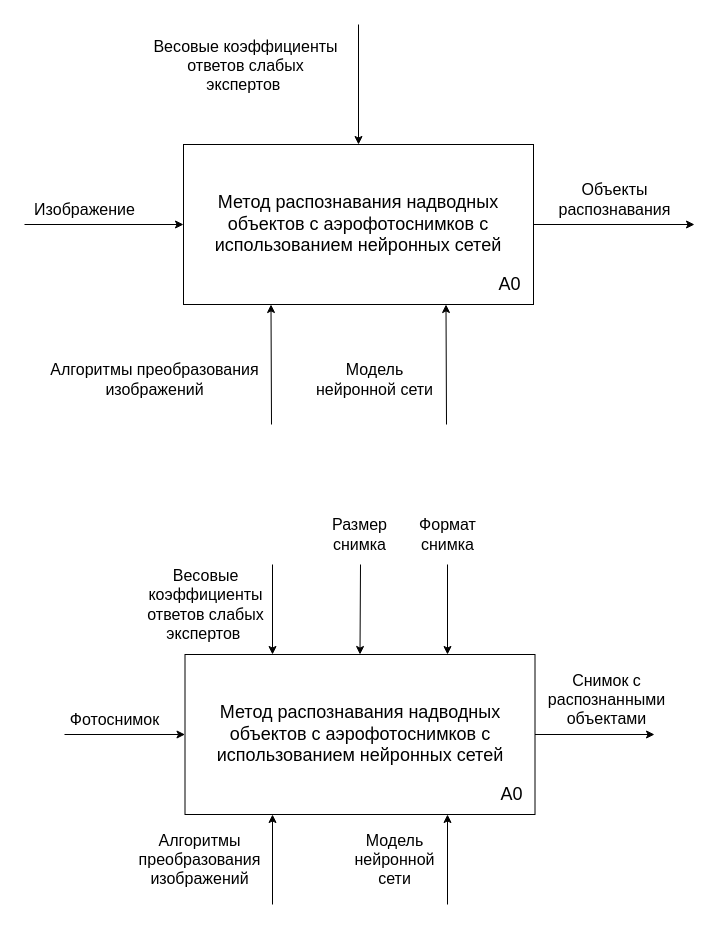
migregal/bmstu-iu7-thesis keeps this draw.io diagram as page "method" (12 of 18) of docs/drawio/research-schemas.drawio. Above is the earlier version. Source tidied: cells renumbered, new cells numbered last; positions are measured from the earlier drawing's top-left corner, leaving out a move shared by most shapes. Both pictures are drawn from the tidied source at 100%, with x=0, y=0 at pixel (19, 24).
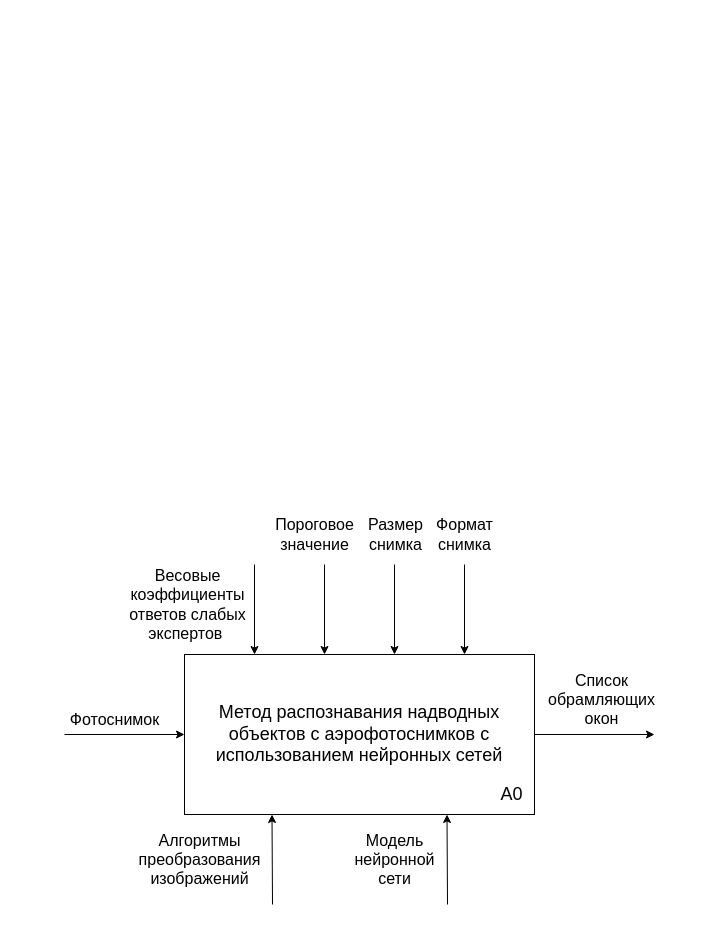
The same diagram, later.

What changed in the source:
```diff
@@
-    <mxCell id="2" value="&lt;font style=&quot;font-size: 18px;&quot;&gt;Метод распознавания надводных&lt;br&gt;объектов с аэрофотоснимков с&lt;br&gt;использованием нейронных сетей&lt;/font&gt;" style="rounded=0;whiteSpace=wrap;html=1;" parent="1" vertex="1">
-      <mxGeometry x="164" y="120" width="350" height="160" as="geometry" />
-    </mxCell>
-    <mxCell id="3" value="A0" style="text;html=1;align=center;verticalAlign=middle;strokeColor=none;fillColor=none;fontSize=18;" parent="1" vertex="1">
-      <mxGeometry x="465" y="240" width="50" height="40" as="geometry" />
-    </mxCell>
-    <mxCell id="4" style="endArrow=classic;html=1;rounded=0;entryX=0;entryY=0.5;entryDx=0;entryDy=0;" parent="1" edge="1" target="2">
-      <mxGeometry relative="1" as="geometry">
-        <mxPoint x="5" y="200" as="sourcePoint" />
-      </mxGeometry>
-    </mxCell>
-    <mxCell id="5" style="endArrow=classic;html=1;rounded=0;entryX=0.25;entryY=1;entryDx=0;entryDy=0;" parent="1" edge="1" target="2">
-      <mxGeometry relative="1" as="geometry">
-        <mxPoint x="252" y="400" as="sourcePoint" />
-      </mxGeometry>
-    </mxCell>
-    <mxCell id="6" style="endArrow=classic;html=1;rounded=0;entryX=0.5;entryY=0;entryDx=0;entryDy=0;" parent="1" edge="1" target="2">
-      <mxGeometry relative="1" as="geometry">
-        <mxPoint x="339" as="sourcePoint" />
-      </mxGeometry>
-    </mxCell>
-    <mxCell id="7" value="Весовые коэффициенты&lt;br&gt;ответов слабых&lt;br&gt;экспертов&amp;nbsp;" style="edgeLabel;html=1;align=center;verticalAlign=middle;fontSize=16;labelBackgroundColor=none;" parent="6" vertex="1">
-      <mxGeometry x="-0.27" y="3" relative="1" as="geometry">
-        <mxPoint x="-117" y="-4" as="offset" />
-      </mxGeometry>
-    </mxCell>
-    <mxCell id="8" style="endArrow=classic;html=1;rounded=0;exitX=1;exitY=0.5;exitDx=0;exitDy=0;" parent="1" edge="1" source="2">
-      <mxGeometry relative="1" as="geometry">
-        <mxPoint x="675" y="200" as="targetPoint" />
-      </mxGeometry>
-    </mxCell>
-    <mxCell id="9" value="Алгоритмы&amp;nbsp;преобразования &lt;br style=&quot;font-size: 16px;&quot;&gt;изображений" style="text;html=1;align=center;verticalAlign=middle;strokeColor=none;fillColor=none;fontSize=16;" parent="1" vertex="1">
-      <mxGeometry x="15" y="330" width="240" height="50" as="geometry" />
-    </mxCell>
-    <mxCell id="10" value="Изображение" style="text;html=1;align=center;verticalAlign=middle;strokeColor=none;fillColor=none;fontSize=16;" parent="1" vertex="1">
-      <mxGeometry y="170" width="130" height="30" as="geometry" />
-    </mxCell>
-    <mxCell id="11" value="Объекты&lt;br&gt;распознавания" style="text;html=1;align=center;verticalAlign=middle;strokeColor=none;fillColor=none;fontSize=16;" parent="1" vertex="1">
-      <mxGeometry x="525" y="150" width="140" height="50" as="geometry" />
-    </mxCell>
-    <mxCell id="12" style="endArrow=classic;html=1;rounded=0;entryX=0.75;entryY=1;entryDx=0;entryDy=0;" parent="1" edge="1" target="2">
-      <mxGeometry relative="1" as="geometry">
-        <mxPoint x="427" y="400" as="sourcePoint" />
-      </mxGeometry>
-    </mxCell>
-    <mxCell id="13" value="Модель &lt;br&gt;нейронной сети" style="text;html=1;align=center;verticalAlign=middle;strokeColor=none;fillColor=none;fontSize=16;" parent="1" vertex="1">
-      <mxGeometry x="285" y="330" width="140" height="50" as="geometry" />
-    </mxCell>
     <mxCell id="14" value="&lt;font style=&quot;font-size: 18px;&quot;&gt;Метод распознавания надводных&lt;br&gt;объектов с аэрофотоснимков с&lt;br&gt;использованием нейронных сетей&lt;/font&gt;" style="rounded=0;whiteSpace=wrap;html=1;" parent="1" vertex="1">
-      <mxGeometry x="165.5" y="630" width="350" height="160" as="geometry" />
+      <mxGeometry x="165" y="630" width="350" height="160" as="geometry" />
     </mxCell>
@@
-    <mxCell id="18" style="endArrow=classic;html=1;rounded=0;entryX=0.25;entryY=0;entryDx=0;entryDy=0;" parent="1" edge="1" target="14">
+    <mxCell id="18" style="endArrow=classic;html=1;rounded=0;" parent="1" edge="1">
       <mxGeometry relative="1" as="geometry">
-        <mxPoint x="253" y="540" as="sourcePoint" />
+        <mxPoint x="235" y="540" as="sourcePoint" />
+        <mxPoint x="235" y="630" as="targetPoint" />
       </mxGeometry>
     </mxCell>
@@
-    <mxCell id="23" value="Снимок с &lt;br&gt;распознанными &lt;br&gt;объектами" style="text;html=1;align=center;verticalAlign=middle;strokeColor=none;fillColor=none;fontSize=16;" parent="1" vertex="1">
-      <mxGeometry x="516.5" y="640" width="140" height="70" as="geometry" />
+    <mxCell id="23" value="Список &lt;br&gt;обрамляющих &lt;br&gt;окон" style="text;html=1;align=center;verticalAlign=middle;strokeColor=none;fillColor=none;fontSize=16;" parent="1" vertex="1">
+      <mxGeometry x="516.5" y="640" width="130" height="70" as="geometry" />
     </mxCell>
@@
-    <mxCell id="26" style="endArrow=classic;html=1;rounded=0;entryX=0.5;entryY=0;entryDx=0;entryDy=0;" parent="1" edge="1" target="14">
-      <mxGeometry relative="1" as="geometry">
-        <mxPoint x="341" y="540" as="sourcePoint" />
-      </mxGeometry>
-    </mxCell>
-    <mxCell id="27" value="Размер &lt;br&gt;снимка" style="edgeLabel;html=1;align=center;verticalAlign=middle;fontSize=16;labelBackgroundColor=none;" parent="26" vertex="1">
-      <mxGeometry x="-0.27" y="3" relative="1" as="geometry">
-        <mxPoint x="-4" y="-64" as="offset" />
-      </mxGeometry>
-    </mxCell>
-    <mxCell id="28" style="endArrow=classic;html=1;rounded=0;entryX=0.75;entryY=0;entryDx=0;entryDy=0;" parent="1" edge="1" target="14">
+    <mxCell id="28" style="endArrow=classic;html=1;rounded=0;entryX=0.6;entryY=0;entryDx=0;entryDy=0;entryPerimeter=0;" parent="1" edge="1" target="14">
       <mxGeometry relative="1" as="geometry">
-        <mxPoint x="428" y="540" as="sourcePoint" />
+        <mxPoint x="375" y="540" as="sourcePoint" />
       </mxGeometry>
     </mxCell>
-    <mxCell id="29" value="Формат&lt;br&gt;снимка" style="edgeLabel;html=1;align=center;verticalAlign=middle;fontSize=16;labelBackgroundColor=none;" parent="28" vertex="1">
+    <mxCell id="29" value="Размер&lt;br style=&quot;border-color: var(--border-color);&quot;&gt;снимка" style="edgeLabel;html=1;align=center;verticalAlign=middle;fontSize=16;labelBackgroundColor=none;" parent="28" vertex="1">
       <mxGeometry x="-0.27" y="3" relative="1" as="geometry">
-        <mxPoint x="-4" y="-64" as="offset" />
+        <mxPoint x="-3" y="-64" as="offset" />
       </mxGeometry>
     </mxCell>
+    <mxCell id="30" style="endArrow=classic;html=1;rounded=0;entryX=0.6;entryY=0;entryDx=0;entryDy=0;entryPerimeter=0;" parent="1" edge="1">
+      <mxGeometry relative="1" as="geometry">
+        <mxPoint x="445" y="540" as="sourcePoint" />
+        <mxPoint x="445" y="630" as="targetPoint" />
+      </mxGeometry>
+    </mxCell>
+    <mxCell id="31" value="Формат&lt;br style=&quot;border-color: var(--border-color);&quot;&gt;снимка" style="edgeLabel;html=1;align=center;verticalAlign=middle;fontSize=16;labelBackgroundColor=none;" parent="30" vertex="1">
+      <mxGeometry x="-0.27" y="3" relative="1" as="geometry">
+        <mxPoint x="-4" y="-64" as="offset" />
+      </mxGeometry>
+    </mxCell>
+    <mxCell id="32" style="endArrow=classic;html=1;rounded=0;entryX=0.6;entryY=0;entryDx=0;entryDy=0;entryPerimeter=0;" parent="1" edge="1">
+      <mxGeometry relative="1" as="geometry">
+        <mxPoint x="305" y="540" as="sourcePoint" />
+        <mxPoint x="305" y="630" as="targetPoint" />
+      </mxGeometry>
+    </mxCell>
+    <mxCell id="33" value="Пороговое&lt;br&gt;значение" style="edgeLabel;html=1;align=center;verticalAlign=middle;fontSize=16;labelBackgroundColor=none;" parent="32" vertex="1">
+      <mxGeometry x="-0.27" y="3" relative="1" as="geometry">
+        <mxPoint x="-14" y="-64" as="offset" />
+      </mxGeometry>
+    </mxCell>
```
